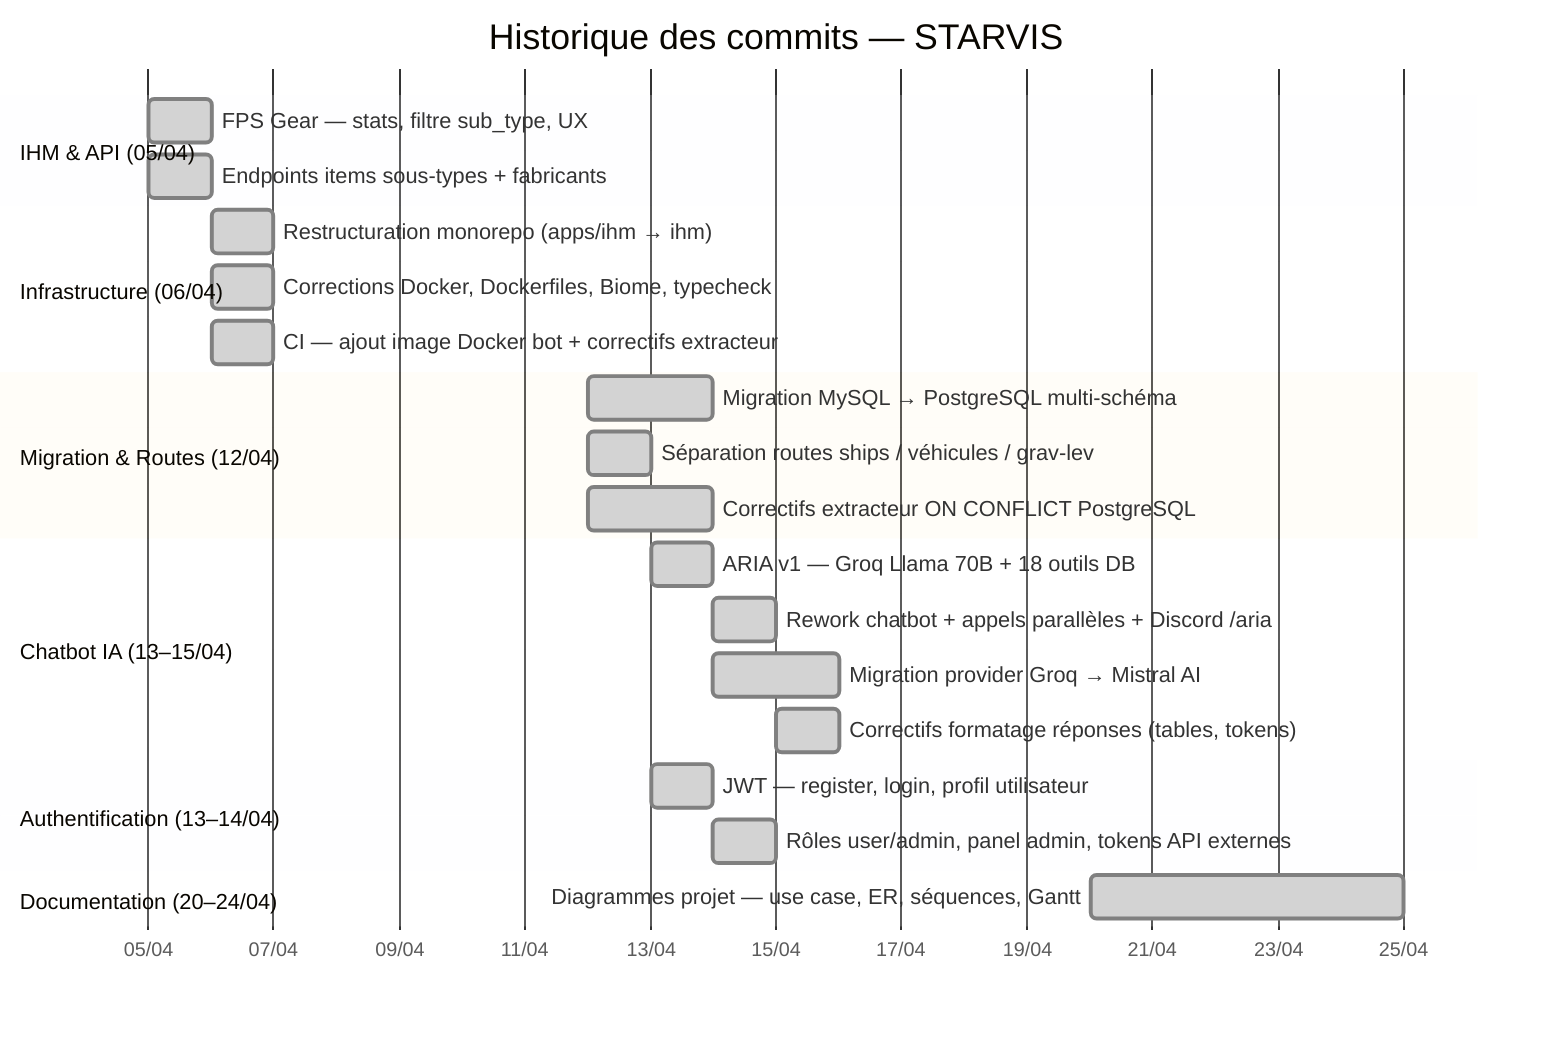
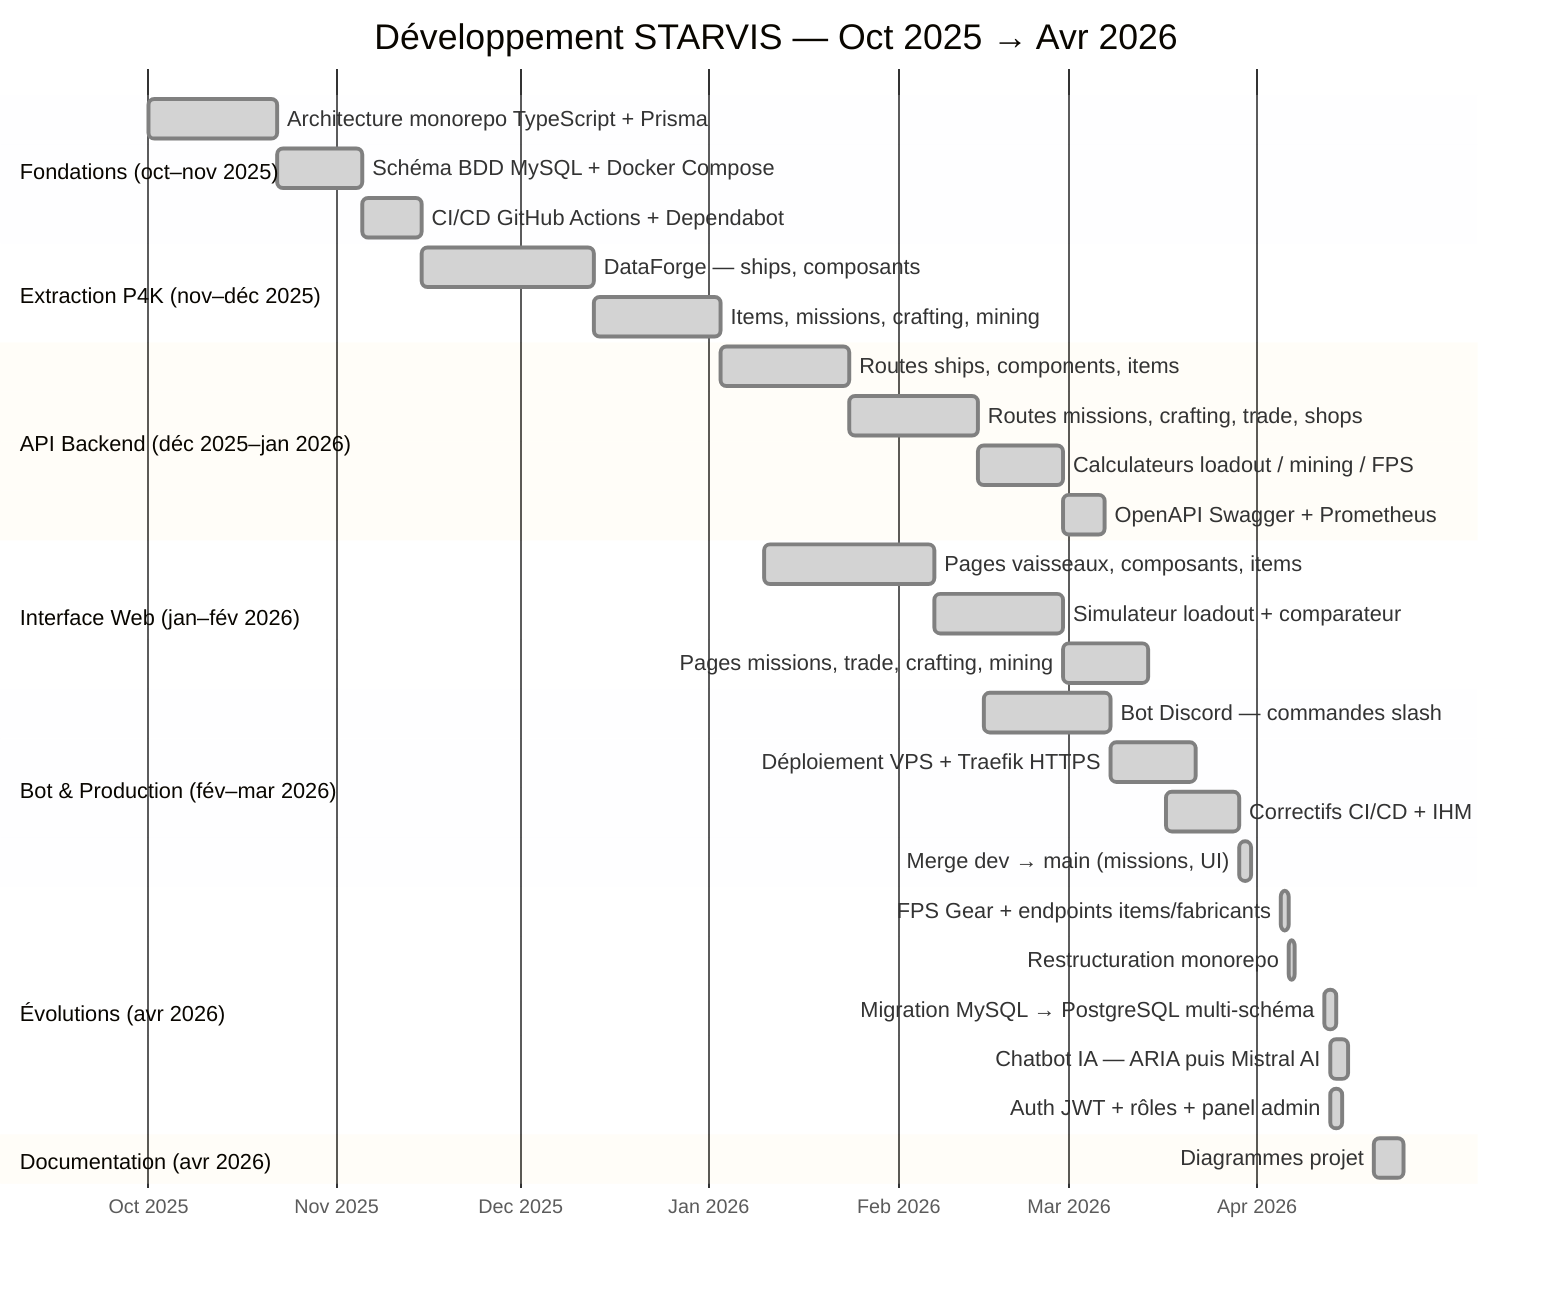
- %%{init: {'theme': 'base', 'themeVariables': {'background': '#ffffff', 'mainBkg': '#ffffff', 'fontSize': '13px', 'fontFamily': 'Arial'}, 'gantt': {'useMaxWidth': true, 'barHeight': 22, 'barGap': 6, 'topPadding': 50}}}%%
+ %%{init: {'theme': 'base', 'themeVariables': {'background': '#ffffff', 'mainBkg': '#ffffff', 'fontSize': '12px', 'fontFamily': 'Arial'}, 'gantt': {'useMaxWidth': true, 'barHeight': 20, 'barGap': 5, 'topPadding': 50}}}%%
gantt
-     title Historique des commits — STARVIS
+     title Développement STARVIS — Oct 2025 → Avr 2026
    dateFormat  YYYY-MM-DD
-     axisFormat  %d/%m
+     axisFormat  %b %Y

-     section IHM & API (05/04)
-     FPS Gear — stats, filtre sub_type, UX               :done, 2026-04-05, 1d
-     Endpoints items sous-types + fabricants              :done, 2026-04-05, 1d
+     section Fondations (oct–nov 2025)
+     Architecture monorepo TypeScript + Prisma    :done, 2025-10-01, 21d
+     Schéma BDD MySQL + Docker Compose            :done, 2025-10-22, 14d
+     CI/CD GitHub Actions + Dependabot            :done, 2025-11-05, 10d

-     section Infrastructure (06/04)
-     Restructuration monorepo (apps/ihm → ihm)            :done, 2026-04-06, 1d
-     Corrections Docker, Dockerfiles, Biome, typecheck    :done, 2026-04-06, 1d
-     CI — ajout image Docker bot + correctifs extracteur  :done, 2026-04-06, 1d
+     section Extraction P4K (nov–déc 2025)
+     DataForge — ships, composants                :done, 2025-11-15, 28d
+     Items, missions, crafting, mining            :done, 2025-12-13, 21d

-     section Migration & Routes (12/04)
-     Migration MySQL → PostgreSQL multi-schéma            :done, 2026-04-12, 2d
-     Séparation routes ships / véhicules / grav-lev       :done, 2026-04-12, 1d
-     Correctifs extracteur ON CONFLICT PostgreSQL         :done, 2026-04-12, 2d
+     section API Backend (déc 2025–jan 2026)
+     Routes ships, components, items              :done, 2026-01-03, 21d
+     Routes missions, crafting, trade, shops      :done, 2026-01-24, 21d
+     Calculateurs loadout / mining / FPS          :done, 2026-02-14, 14d
+     OpenAPI Swagger + Prometheus                 :done, 2026-02-28, 7d

-     section Chatbot IA (13–15/04)
-     ARIA v1 — Groq Llama 70B + 18 outils DB             :done, 2026-04-13, 1d
-     Rework chatbot + appels parallèles + Discord /aria   :done, 2026-04-14, 1d
-     Migration provider Groq → Mistral AI                 :done, 2026-04-14, 2d
-     Correctifs formatage réponses (tables, tokens)       :done, 2026-04-15, 1d
+     section Interface Web (jan–fév 2026)
+     Pages vaisseaux, composants, items           :done, 2026-01-10, 28d
+     Simulateur loadout + comparateur             :done, 2026-02-07, 21d
+     Pages missions, trade, crafting, mining      :done, 2026-02-28, 14d

-     section Authentification (13–14/04)
-     JWT — register, login, profil utilisateur            :done, 2026-04-13, 1d
-     Rôles user/admin, panel admin, tokens API externes   :done, 2026-04-14, 1d
+     section Bot & Production (fév–mar 2026)
+     Bot Discord — commandes slash                :done, 2026-02-15, 21d
+     Déploiement VPS + Traefik HTTPS              :done, 2026-03-08, 14d
+     Correctifs CI/CD + IHM                       :done, 2026-03-17, 12d
+     Merge dev → main (missions, UI)              :done, 2026-03-29, 2d

-     section Documentation (20–24/04)
-     Diagrammes projet — use case, ER, séquences, Gantt   :done, 2026-04-20, 5d
+     section Évolutions (avr 2026)
+     FPS Gear + endpoints items/fabricants        :done, 2026-04-05, 1d
+     Restructuration monorepo                     :done, 2026-04-06, 1d
+     Migration MySQL → PostgreSQL multi-schéma    :done, 2026-04-12, 2d
+     Chatbot IA — ARIA puis Mistral AI            :done, 2026-04-13, 3d
+     Auth JWT + rôles + panel admin               :done, 2026-04-13, 2d
+ 
+     section Documentation (avr 2026)
+     Diagrammes projet                            :done, 2026-04-20, 5d
